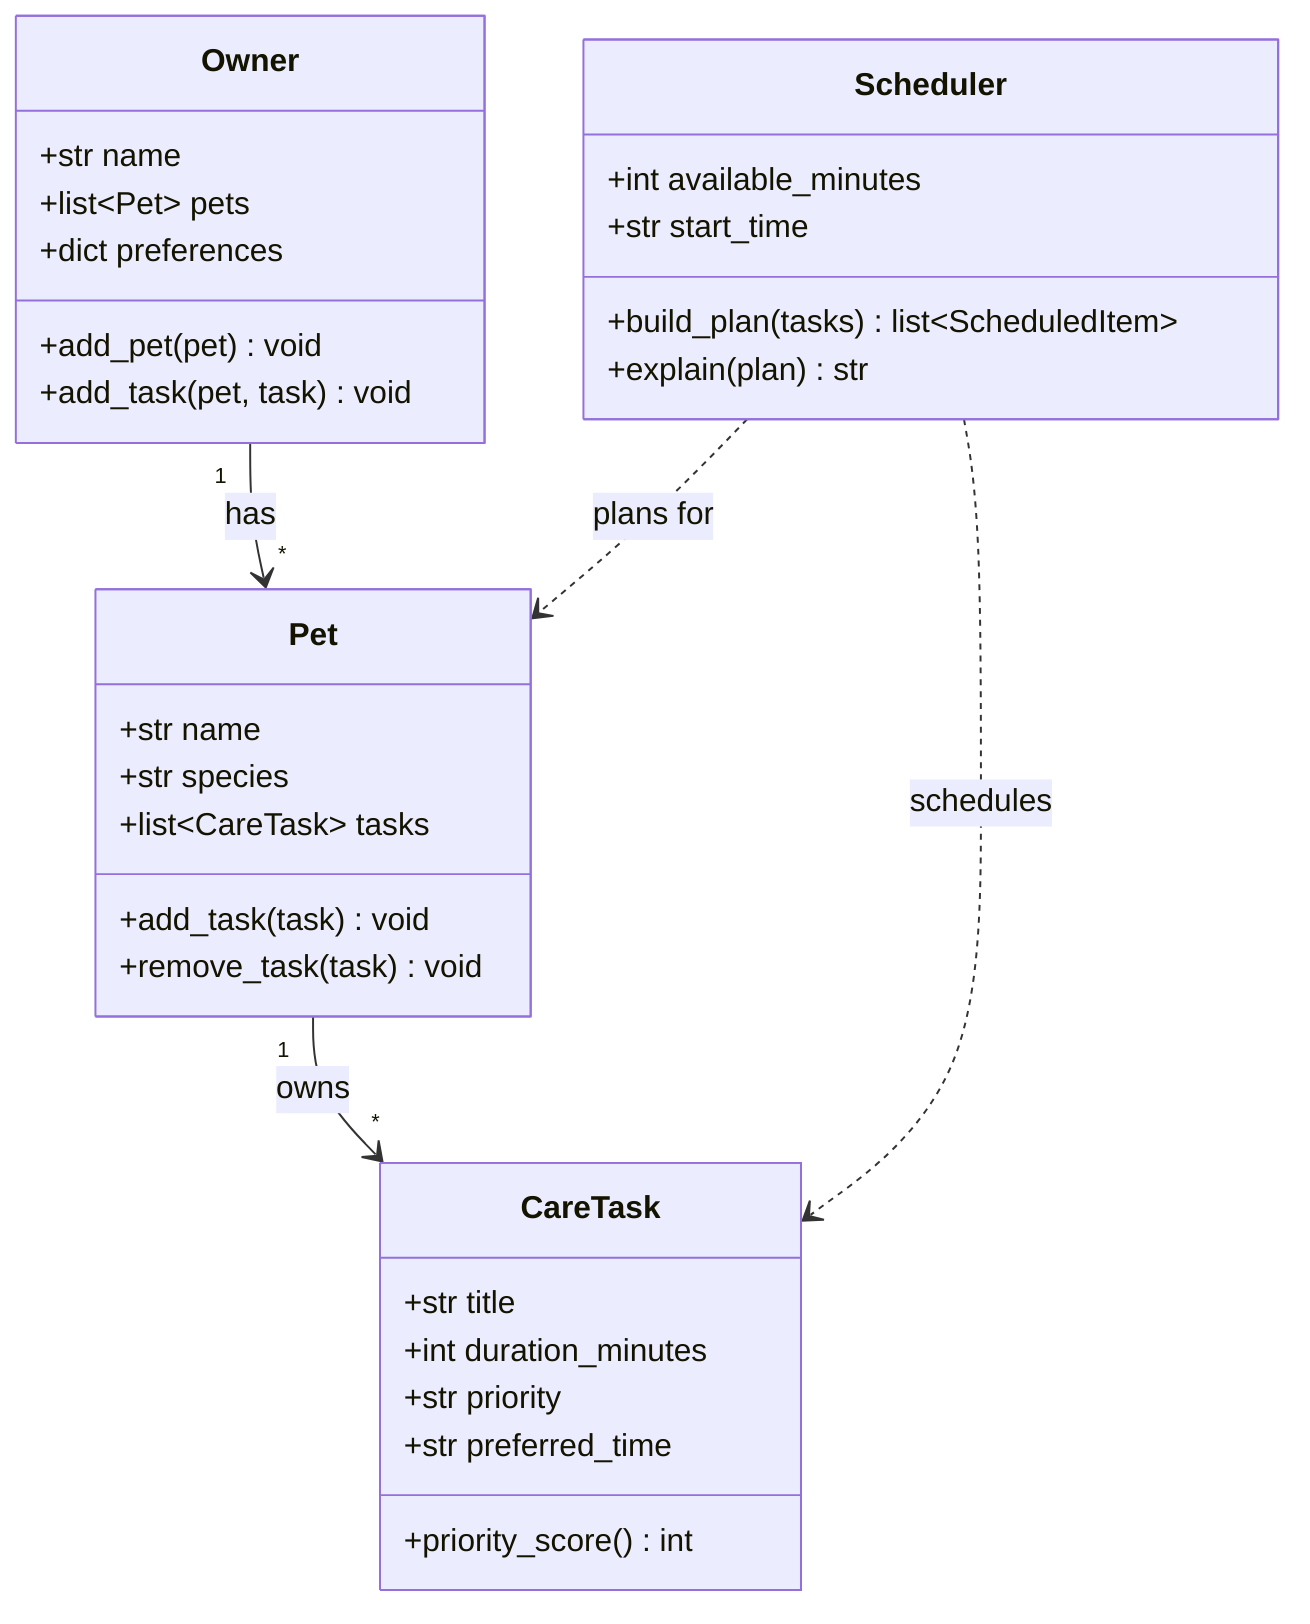
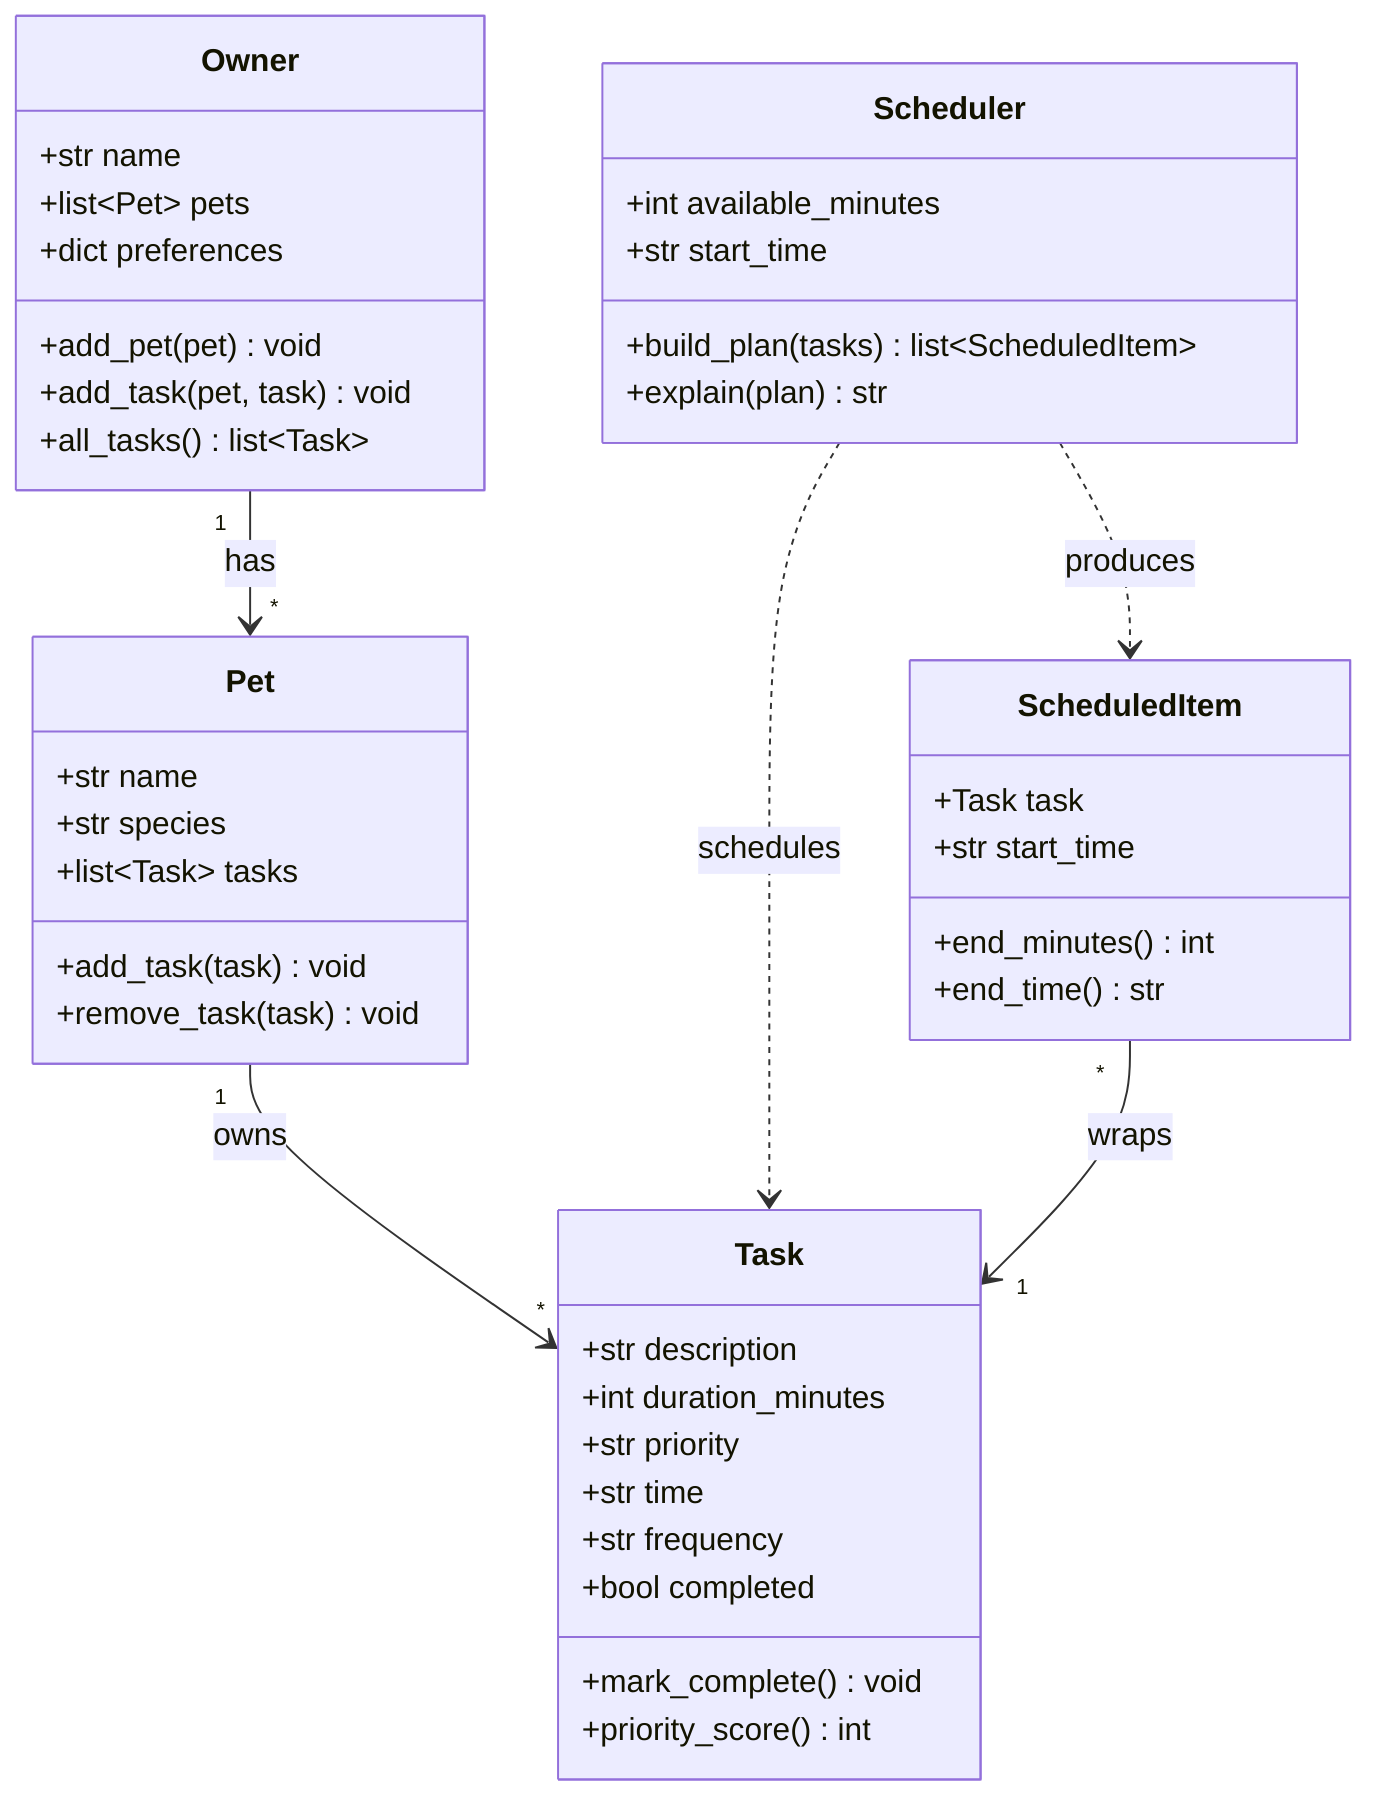
classDiagram
    %% PawPal+ class diagram. Keep this updated so it matches your final implementation.

    class Owner {
        +str name
        +list~Pet~ pets
        +dict preferences
        +add_pet(pet) void
        +add_task(pet, task) void
+         +all_tasks() list~Task~
    }

    class Pet {
        +str name
        +str species
-         +list~CareTask~ tasks
+         +list~Task~ tasks
        +add_task(task) void
        +remove_task(task) void
    }

-     class CareTask {
-         +str title
+     class Task {
+         +str description
        +int duration_minutes
        +str priority
-         +str preferred_time
+         +str time
+         +str frequency
+         +bool completed
+         +mark_complete() void
        +priority_score() int
    }

    class Scheduler {
        +int available_minutes
        +str start_time
        +build_plan(tasks) list~ScheduledItem~
        +explain(plan) str
    }

+     class ScheduledItem {
+         +Task task
+         +str start_time
+         +end_minutes() int
+         +end_time() str
+     }
+ 
    Owner "1" --> "*" Pet : has
-     Pet "1" --> "*" CareTask : owns
-     Scheduler ..> CareTask : schedules
-     Scheduler ..> Pet : plans for
+     Pet "1" --> "*" Task : owns
+     Scheduler ..> Task : schedules
+     Scheduler ..> ScheduledItem : produces
+     ScheduledItem "*" --> "1" Task : wraps
